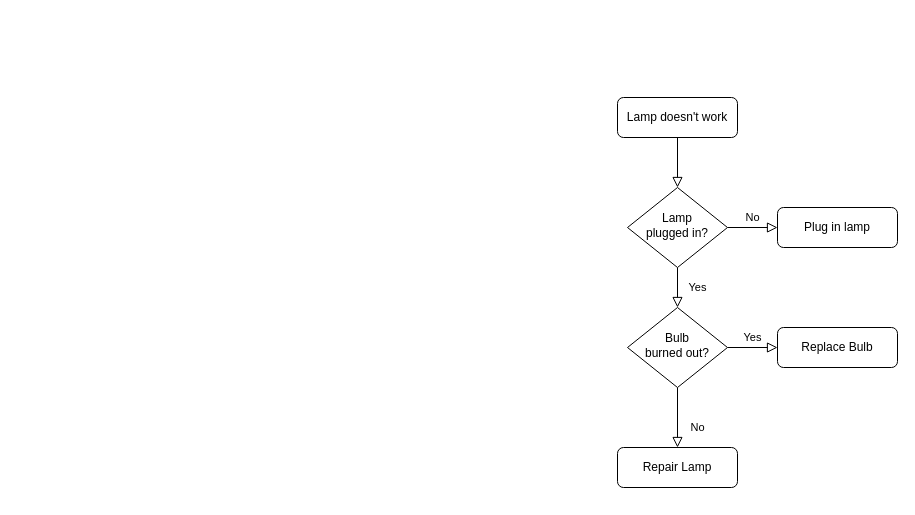
Before: User-Defined-FEE-Translate-Flow.drawio in SmileSB1O1/draw-active, a draw.io diagram. Source tidied: cells renumbered, new cells numbered last; positions are measured from the earlier drawing's top-left corner, leaving out a move shared by most shapes. Both pictures are drawn from the tidied source at 100%, with x=0, y=0 at pixel (617, 97).
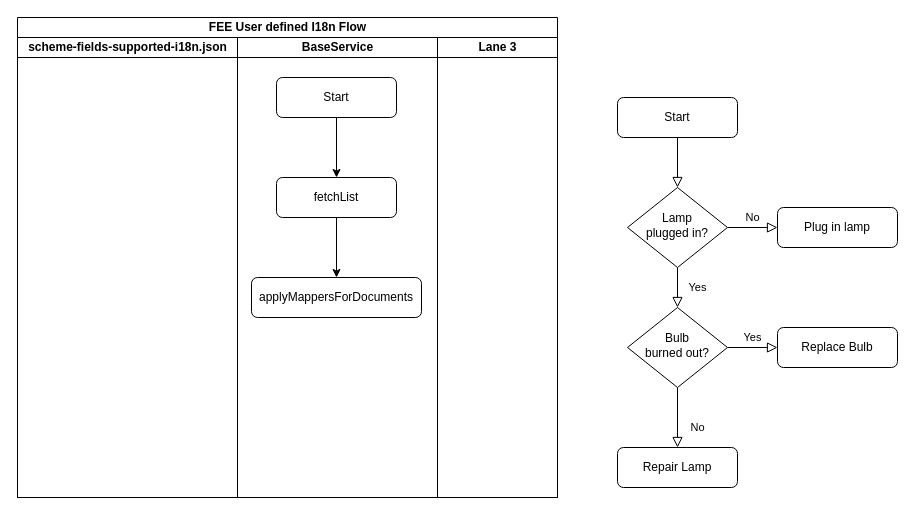
After the change.

The edit, as a diff of the source:
```diff
@@
-    <mxCell id="3" value="Lamp doesn't work" style="rounded=1;whiteSpace=wrap;html=1;fontSize=12;glass=0;strokeWidth=1;shadow=0;" parent="1" vertex="1">
+    <mxCell id="3" value="Start" style="rounded=1;whiteSpace=wrap;html=1;fontSize=12;glass=0;strokeWidth=1;shadow=0;" parent="1" vertex="1">
       <mxGeometry width="120" height="40" as="geometry" />
     </mxCell>
@@
+    <mxCell id="13" value="FEE User defined I18n Flow" style="swimlane;startSize=20;html=1;" parent="1" vertex="1">
+      <mxGeometry x="-600" y="-80" width="540" height="480" as="geometry" />
+    </mxCell>
+    <mxCell id="14" value="scheme-fields-supported-i18n.json" style="swimlane;startSize=20;html=1;" parent="13" vertex="1">
+      <mxGeometry y="20" width="220" height="460" as="geometry" />
+    </mxCell>
+    <mxCell id="15" value="BaseService" style="swimlane;startSize=20;html=1;" parent="13" vertex="1">
+      <mxGeometry x="220" y="20" width="200" height="460" as="geometry" />
+    </mxCell>
+    <mxCell id="16" style="edgeStyle=orthogonalEdgeStyle;rounded=0;jettySize=auto;html=1;entryX=0.5;entryY=0;entryDx=0;entryDy=0;" parent="15" edge="1" source="17" target="19">
+      <mxGeometry relative="1" as="geometry" />
+    </mxCell>
+    <mxCell id="17" value="Start" style="rounded=1;whiteSpace=wrap;html=1;fontSize=12;glass=0;strokeWidth=1;shadow=0;" parent="15" vertex="1">
+      <mxGeometry x="39" y="40" width="120" height="40" as="geometry" />
+    </mxCell>
+    <mxCell id="18" style="edgeStyle=orthogonalEdgeStyle;rounded=0;jettySize=auto;html=1;exitX=0.5;exitY=1;exitDx=0;exitDy=0;" parent="15" edge="1" source="19" target="20">
+      <mxGeometry relative="1" as="geometry" />
+    </mxCell>
+    <mxCell id="19" value="fetchList" style="rounded=1;whiteSpace=wrap;html=1;fontSize=12;glass=0;strokeWidth=1;shadow=0;" parent="15" vertex="1">
+      <mxGeometry x="39" y="140" width="120" height="40" as="geometry" />
+    </mxCell>
+    <mxCell id="20" value="applyMappersForDocuments" style="rounded=1;whiteSpace=wrap;html=1;fontSize=12;glass=0;strokeWidth=1;shadow=0;" parent="15" vertex="1">
+      <mxGeometry x="14" y="240" width="170" height="40" as="geometry" />
+    </mxCell>
+    <mxCell id="21" value="Lane 3" style="swimlane;startSize=20;html=1;" parent="13" vertex="1">
+      <mxGeometry x="420" y="20" width="120" height="460" as="geometry" />
+    </mxCell>
```
